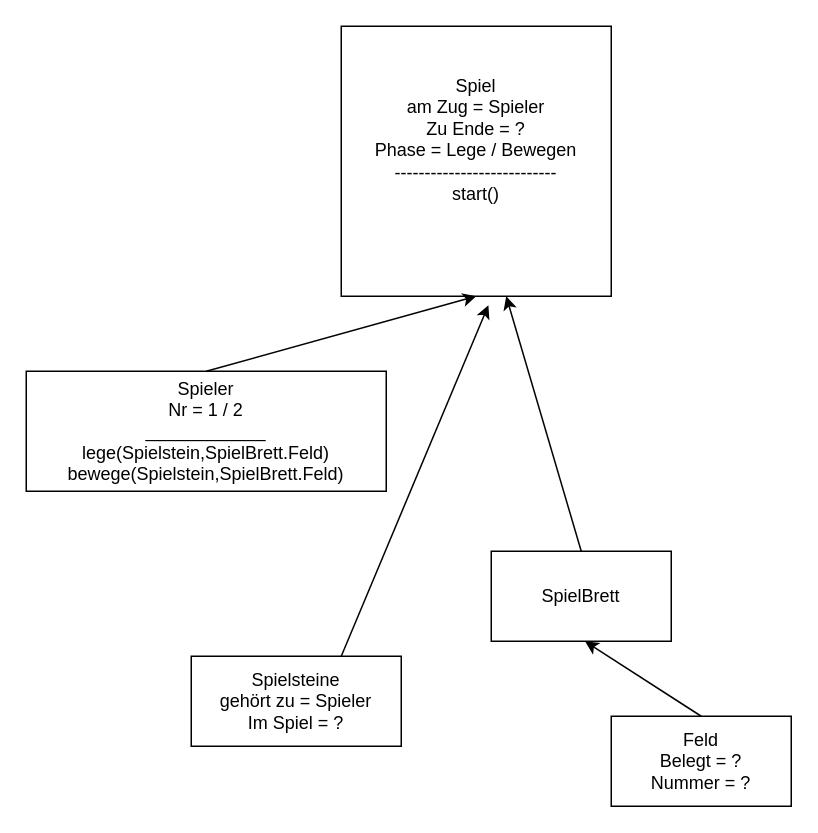
Before: Untitled Diagram.drawio in chrismotian/Nine_Mens_Morris, a draw.io diagram. Source tidied: cells renumbered, new cells numbered last; positions are measured from the earlier drawing's top-left corner, leaving out a move shared by most shapes. Both pictures are drawn from the tidied source at 150%, with x=0, y=0 at pixel (26, 26).
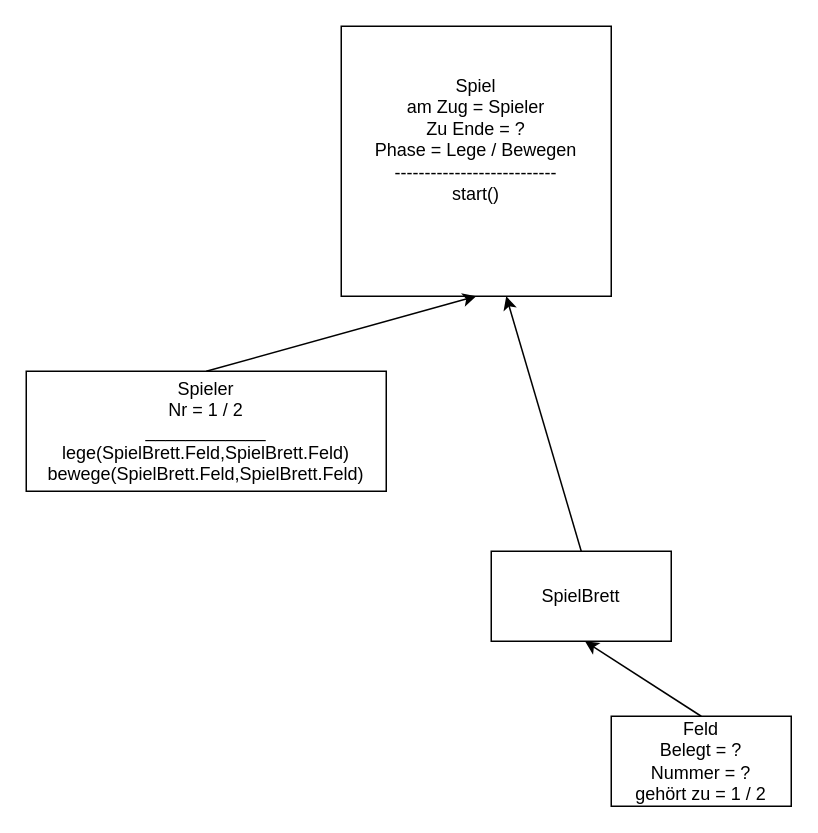
The same diagram, later.

Change to the diagram source:
```diff
@@
 <mxGraphModel>
   <root>
     <mxCell id="0" />
     <mxCell id="1" parent="0" />
-    <mxCell id="2" value="Spieler&lt;br&gt;Nr = 1 / 2&lt;br&gt;____________&lt;br&gt;lege(Spielstein,SpielBrett.Feld)&lt;br&gt;bewege(Spielstein,SpielBrett.Feld)" style="rounded=0;whiteSpace=wrap;html=1;" parent="1" vertex="1">
+    <mxCell id="2" value="Spieler&lt;br&gt;Nr = 1 / 2&lt;br&gt;____________&lt;br&gt;lege(&lt;span&gt;SpielBrett.Feld&lt;/span&gt;,SpielBrett.Feld)&lt;br&gt;bewege(&lt;span&gt;SpielBrett.Feld&lt;/span&gt;,SpielBrett.Feld)" style="rounded=0;whiteSpace=wrap;html=1;" parent="1" vertex="1">
       <mxGeometry y="230" width="240" height="80" as="geometry" />
     </mxCell>
     <mxCell id="3" value="SpielBrett" style="rounded=0;whiteSpace=wrap;html=1;" parent="1" vertex="1">
       <mxGeometry x="310" y="350" width="120" height="60" as="geometry" />
     </mxCell>
-    <mxCell id="4" value="Spielsteine&lt;br&gt;gehört zu = Spieler&lt;br&gt;Im Spiel = ?&lt;br&gt;" style="rounded=0;whiteSpace=wrap;html=1;" parent="1" vertex="1">
-      <mxGeometry x="110" y="420" width="140" height="60" as="geometry" />
-    </mxCell>
     <mxCell id="5" value="Spiel&lt;br&gt;am Zug = Spieler&lt;br&gt;Zu Ende = ?&lt;br&gt;Phase = Lege / Bewegen&lt;br&gt;---------------------------&lt;br&gt;start()&lt;br&gt;&lt;br&gt;&lt;br&gt;" style="rounded=0;whiteSpace=wrap;html=1;" parent="1" vertex="1">
       <mxGeometry x="210" width="180" height="180" as="geometry" />
     </mxCell>
     <mxCell id="6" style="endArrow=classic;html=1;entryX=0.5;entryY=1;entryDx=0;entryDy=0;exitX=0.5;exitY=0;exitDx=0;exitDy=0;" parent="1" edge="1" source="2" target="5">
       <mxGeometry relative="1" as="geometry" />
     </mxCell>
     <mxCell id="7" style="endArrow=classic;html=1;entryX=0.611;entryY=1;entryDx=0;entryDy=0;exitX=0.5;exitY=0;exitDx=0;exitDy=0;entryPerimeter=0;" parent="1" edge="1" source="3" target="5">
       <mxGeometry relative="1" as="geometry" />
     </mxCell>
-    <mxCell id="8" style="endArrow=classic;html=1;entryX=0.545;entryY=1.033;entryDx=0;entryDy=0;entryPerimeter=0;" parent="1" edge="1" target="5">
-      <mxGeometry relative="1" as="geometry">
-        <mxPoint x="210" y="420" as="sourcePoint" />
-      </mxGeometry>
-    </mxCell>
-    <mxCell id="9" value="Feld&lt;br&gt;Belegt = ?&lt;br&gt;Nummer = ?&lt;br&gt;" style="rounded=0;whiteSpace=wrap;html=1;" parent="1" vertex="1">
+    <mxCell id="9" value="Feld&lt;br&gt;Belegt = ?&lt;br&gt;Nummer = ?&lt;br&gt;gehört zu = 1 / 2&lt;br&gt;" style="rounded=0;whiteSpace=wrap;html=1;" parent="1" vertex="1">
       <mxGeometry x="390" y="460" width="120" height="60" as="geometry" />
     </mxCell>
     <mxCell id="10" style="endArrow=classic;html=1;entryX=0.611;entryY=1;entryDx=0;entryDy=0;exitX=0.5;exitY=0;exitDx=0;exitDy=0;entryPerimeter=0;" parent="1" edge="1" source="9">
       <mxGeometry relative="1" as="geometry">
         <mxPoint x="372.6" y="410.1" as="targetPoint" />
       </mxGeometry>
     </mxCell>
   </root>
 </mxGraphModel>
```
